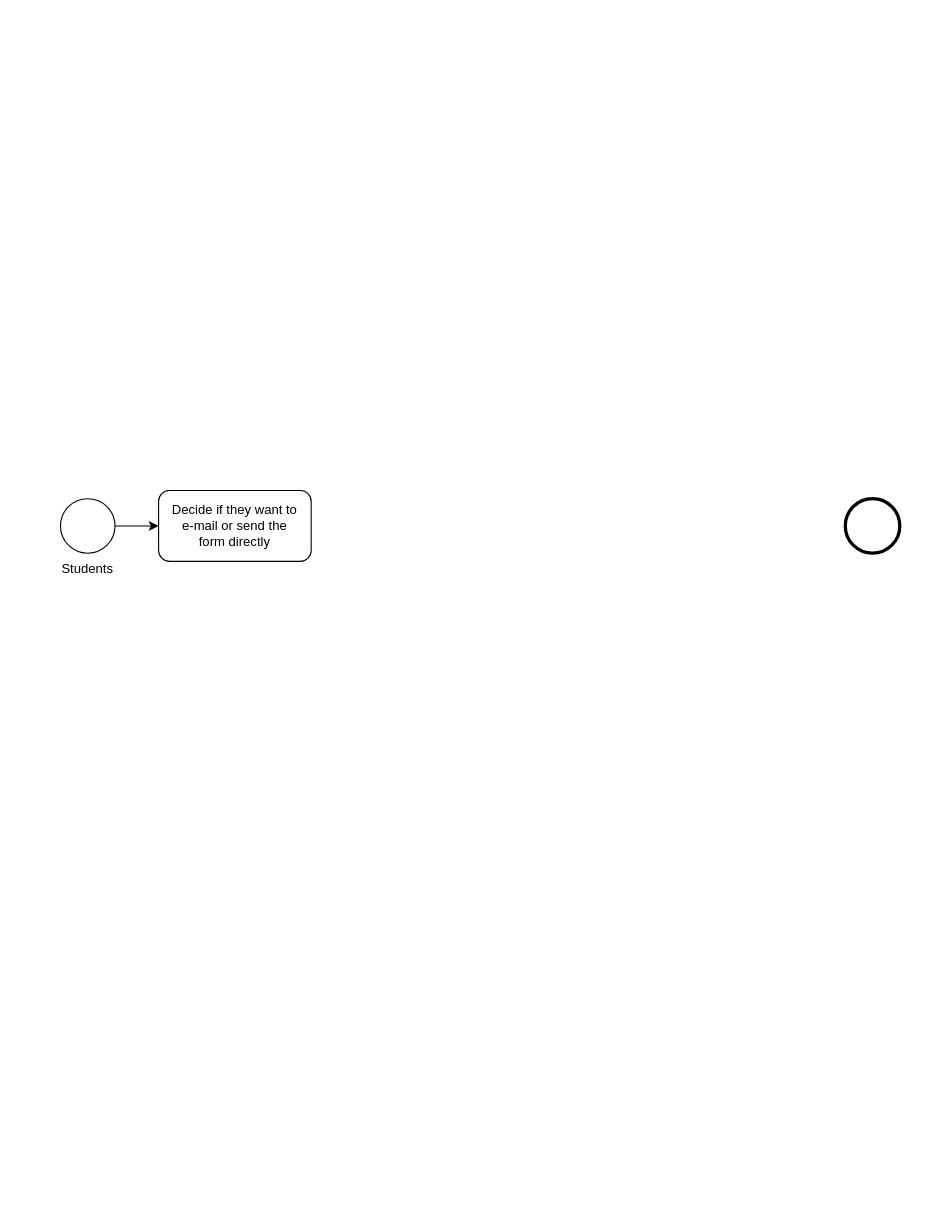
Earlier version of the draw.io diagram Untitled Diagram.drawio (gdcho/comp1712). Source tidied: cells renumbered, new cells numbered last; positions are measured from the earlier drawing's top-left corner, leaving out a move shared by most shapes. Both pictures are drawn from the tidied source at 109%, with x=0, y=0 at pixel (55, 489).
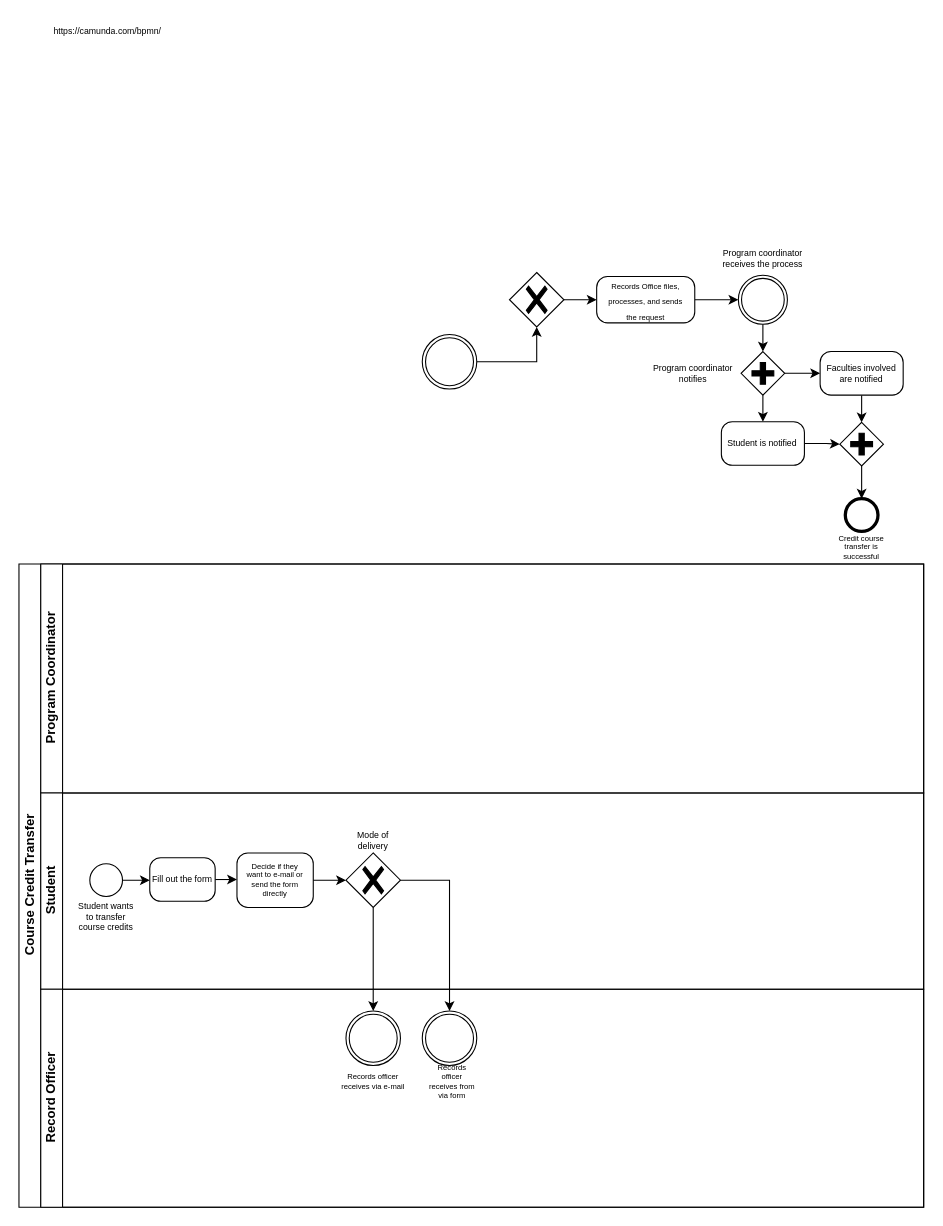
The same diagram, later.

Diff of the diagram source:
```diff
@@
-    <mxCell id="2" style="edgeStyle=orthogonalEdgeStyle;rounded=0;jettySize=auto;html=1;exitX=1;exitY=0.5;exitDx=0;exitDy=0;exitPerimeter=0;" parent="1" edge="1" source="3" target="6">
-      <mxGeometry relative="1" as="geometry" />
-    </mxCell>
+    <mxCell id="4" style="points=[[0.145,0.145,0],[0.5,0,0],[0.855,0.145,0],[1,0.5,0],[0.855,0.855,0],[0.5,1,0],[0.145,0.855,0],[0,0.5,0]];shape=mxgraph.bpmn.event;html=1;verticalLabelPosition=bottom;labelBackgroundColor=#ffffff;verticalAlign=top;align=center;perimeter=ellipsePerimeter;outlineConnect=0;outline=end;symbol=terminate2;" parent="1" vertex="1">
+      <mxGeometry x="725" y="8" width="30" height="30" as="geometry" />
+    </mxCell>
+    <mxCell id="8" style="edgeStyle=orthogonalEdgeStyle;rounded=0;jettySize=auto;html=1;entryX=0.5;entryY=1;entryDx=0;entryDy=0;entryPerimeter=0;" parent="1" edge="1" source="15" target="10">
+      <mxGeometry relative="1" as="geometry" />
+    </mxCell>
+    <mxCell id="9" style="edgeStyle=orthogonalEdgeStyle;rounded=0;jettySize=auto;html=1;fontSize=7;entryX=0;entryY=0.5;entryDx=0;entryDy=0;entryPerimeter=0;" parent="1" edge="1" source="10" target="12">
+      <mxGeometry relative="1" as="geometry" />
+    </mxCell>
+    <mxCell id="10" style="points=[[0.25,0.25,0],[0.5,0,0],[0.75,0.25,0],[1,0.5,0],[0.75,0.75,0],[0.5,1,0],[0.25,0.75,0],[0,0.5,0]];shape=mxgraph.bpmn.gateway2;html=1;verticalLabelPosition=bottom;labelBackgroundColor=#ffffff;verticalAlign=top;align=center;perimeter=rhombusPerimeter;outlineConnect=0;outline=none;symbol=none;gwType=exclusive;" parent="1" vertex="1">
+      <mxGeometry x="416.9" y="-199.5" width="50" height="50" as="geometry" />
+    </mxCell>
+    <mxCell id="11" style="edgeStyle=orthogonalEdgeStyle;rounded=0;jettySize=auto;html=1;fontSize=8;" parent="1" edge="1" source="12" target="17">
+      <mxGeometry relative="1" as="geometry" />
+    </mxCell>
+    <mxCell id="12" style="points=[[0.25,0,0],[0.5,0,0],[0.75,0,0],[1,0.25,0],[1,0.5,0],[1,0.75,0],[0.75,1,0],[0.5,1,0],[0.25,1,0],[0,0.75,0],[0,0.5,0],[0,0.25,0]];shape=mxgraph.bpmn.task;whiteSpace=wrap;rectStyle=rounded;size=10;html=1;taskMarker=abstract;" parent="1" vertex="1">
+      <mxGeometry x="496.9" y="-195.8" width="90" height="42.5" as="geometry" />
+    </mxCell>
+    <mxCell id="13" value="&lt;font style=&quot;font-size: 7px;&quot;&gt;Records Office files, processes, and sends the request&lt;/font&gt;" style="text;html=1;strokeColor=none;fillColor=none;align=center;verticalAlign=middle;whiteSpace=wrap;rounded=0;" parent="1" vertex="1">
+      <mxGeometry x="501.9" y="-187" width="80" height="25" as="geometry" />
+    </mxCell>
+    <mxCell id="14" value="Credit course transfer is successful" style="text;html=1;strokeColor=none;fillColor=none;align=center;verticalAlign=middle;whiteSpace=wrap;rounded=0;fontSize=7;" parent="1" vertex="1">
+      <mxGeometry x="710" y="38" width="60" height="30" as="geometry" />
+    </mxCell>
+    <mxCell id="15" style="points=[[0.145,0.145,0],[0.5,0,0],[0.855,0.145,0],[1,0.5,0],[0.855,0.855,0],[0.5,1,0],[0.145,0.855,0],[0,0.5,0]];shape=mxgraph.bpmn.event;html=1;verticalLabelPosition=bottom;labelBackgroundColor=#ffffff;verticalAlign=top;align=center;perimeter=ellipsePerimeter;outlineConnect=0;outline=throwing;symbol=general;fontSize=8;" parent="1" vertex="1">
+      <mxGeometry x="336.9" y="-142.6" width="50" height="50" as="geometry" />
+    </mxCell>
+    <mxCell id="16" style="edgeStyle=orthogonalEdgeStyle;rounded=0;jettySize=auto;html=1;fontSize=8;" parent="1" edge="1" source="17" target="21">
+      <mxGeometry relative="1" as="geometry" />
+    </mxCell>
+    <mxCell id="17" style="points=[[0.145,0.145,0],[0.5,0,0],[0.855,0.145,0],[1,0.5,0],[0.855,0.855,0],[0.5,1,0],[0.145,0.855,0],[0,0.5,0]];shape=mxgraph.bpmn.event;html=1;verticalLabelPosition=bottom;labelBackgroundColor=#ffffff;verticalAlign=top;align=center;perimeter=ellipsePerimeter;outlineConnect=0;outline=throwing;symbol=general;fontSize=8;" parent="1" vertex="1">
+      <mxGeometry x="626.9" y="-197" width="45" height="45" as="geometry" />
+    </mxCell>
+    <mxCell id="18" value="Program coordinator receives the process" style="text;html=1;strokeColor=none;fillColor=none;align=center;verticalAlign=middle;whiteSpace=wrap;rounded=0;fontSize=8;" parent="1" vertex="1">
+      <mxGeometry x="605.8" y="-227" width="87.2" height="30" as="geometry" />
+    </mxCell>
+    <mxCell id="19" style="edgeStyle=orthogonalEdgeStyle;rounded=0;jettySize=auto;html=1;fontSize=8;" parent="1" edge="1" source="21" target="25">
+      <mxGeometry relative="1" as="geometry" />
+    </mxCell>
+    <mxCell id="20" style="edgeStyle=orthogonalEdgeStyle;rounded=0;jettySize=auto;html=1;fontSize=8;" parent="1" edge="1" source="21" target="23">
+      <mxGeometry relative="1" as="geometry" />
+    </mxCell>
+    <mxCell id="21" style="points=[[0.25,0.25,0],[0.5,0,0],[0.75,0.25,0],[1,0.5,0],[0.75,0.75,0],[0.5,1,0],[0.25,0.75,0],[0,0.5,0]];shape=mxgraph.bpmn.gateway2;html=1;verticalLabelPosition=bottom;labelBackgroundColor=#ffffff;verticalAlign=top;align=center;perimeter=rhombusPerimeter;outlineConnect=0;outline=none;symbol=none;gwType=parallel;fontSize=8;" parent="1" vertex="1">
+      <mxGeometry x="629.4" y="-127" width="40" height="40" as="geometry" />
+    </mxCell>
+    <mxCell id="22" style="edgeStyle=orthogonalEdgeStyle;rounded=0;jettySize=auto;html=1;fontSize=8;" parent="1" edge="1" source="23" target="27">
+      <mxGeometry relative="1" as="geometry" />
+    </mxCell>
+    <mxCell id="23" value="Student is notified" style="points=[[0.25,0,0],[0.5,0,0],[0.75,0,0],[1,0.25,0],[1,0.5,0],[1,0.75,0],[0.75,1,0],[0.5,1,0],[0.25,1,0],[0,0.75,0],[0,0.5,0],[0,0.25,0]];shape=mxgraph.bpmn.task;whiteSpace=wrap;rectStyle=rounded;size=10;html=1;taskMarker=abstract;fontSize=8;" parent="1" vertex="1">
+      <mxGeometry x="611.3" y="-62.6" width="76.2" height="40" as="geometry" />
+    </mxCell>
+    <mxCell id="24" style="edgeStyle=orthogonalEdgeStyle;rounded=0;jettySize=auto;html=1;fontSize=8;" parent="1" edge="1" source="25" target="27">
+      <mxGeometry relative="1" as="geometry" />
+    </mxCell>
+    <mxCell id="25" value="Faculties involved are notified" style="points=[[0.25,0,0],[0.5,0,0],[0.75,0,0],[1,0.25,0],[1,0.5,0],[1,0.75,0],[0.75,1,0],[0.5,1,0],[0.25,1,0],[0,0.75,0],[0,0.5,0],[0,0.25,0]];shape=mxgraph.bpmn.task;whiteSpace=wrap;rectStyle=rounded;size=10;html=1;taskMarker=abstract;fontSize=8;" parent="1" vertex="1">
+      <mxGeometry x="701.9" y="-127" width="76.2" height="40" as="geometry" />
+    </mxCell>
+    <mxCell id="26" style="edgeStyle=orthogonalEdgeStyle;rounded=0;jettySize=auto;html=1;fontSize=8;" parent="1" edge="1" source="27" target="4">
+      <mxGeometry relative="1" as="geometry" />
+    </mxCell>
+    <mxCell id="27" style="points=[[0.25,0.25,0],[0.5,0,0],[0.75,0.25,0],[1,0.5,0],[0.75,0.75,0],[0.5,1,0],[0.25,0.75,0],[0,0.5,0]];shape=mxgraph.bpmn.gateway2;html=1;verticalLabelPosition=bottom;labelBackgroundColor=#ffffff;verticalAlign=top;align=center;perimeter=rhombusPerimeter;outlineConnect=0;outline=none;symbol=none;gwType=parallel;fontSize=8;" parent="1" vertex="1">
+      <mxGeometry x="720" y="-62" width="40" height="40" as="geometry" />
+    </mxCell>
+    <mxCell id="28" value="Program coordinator notifies" style="text;html=1;strokeColor=none;fillColor=none;align=center;verticalAlign=middle;whiteSpace=wrap;rounded=0;fontSize=8;" parent="1" vertex="1">
+      <mxGeometry x="542.1" y="-122" width="87.2" height="30" as="geometry" />
+    </mxCell>
+    <mxCell id="29" value="https://camunda.com/bpmn/" style="text;whiteSpace=wrap;html=1;fontSize=8;" parent="1" vertex="1">
+      <mxGeometry x="-3.1" y="-432" width="140" height="30" as="geometry" />
+    </mxCell>
+    <mxCell id="30" value="&lt;div&gt;Course Credit Transfer&lt;/div&gt;" style="swimlane;horizontal=0;startSize=20;html=1;" parent="1" vertex="1">
+      <mxGeometry x="-33.1" y="68" width="830" height="590" as="geometry" />
+    </mxCell>
+    <mxCell id="31" value="Program Coordinator" style="swimlane;startSize=20;horizontal=0;html=1;" parent="30" vertex="1">
+      <mxGeometry x="20" width="810" height="210" as="geometry" />
+    </mxCell>
+    <mxCell id="32" value="Student" style="swimlane;startSize=20;horizontal=0;html=1;" parent="30" vertex="1">
+      <mxGeometry x="20" y="210" width="810" height="180" as="geometry" />
+    </mxCell>
+    <mxCell id="33" style="edgeStyle=orthogonalEdgeStyle;rounded=0;jettySize=auto;html=1;fontSize=8;" parent="32" edge="1" source="3">
+      <mxGeometry relative="1" as="geometry">
+        <mxPoint x="100" y="80" as="targetPoint" />
+      </mxGeometry>
+    </mxCell>
-    <mxCell id="3" style="points=[[0.145,0.145,0],[0.5,0,0],[0.855,0.145,0],[1,0.5,0],[0.855,0.855,0],[0.5,1,0],[0.145,0.855,0],[0,0.5,0]];shape=mxgraph.bpmn.event;html=1;verticalLabelPosition=bottom;labelBackgroundColor=#ffffff;verticalAlign=top;align=center;perimeter=ellipsePerimeter;outlineConnect=0;outline=standard;symbol=general;" parent="1" vertex="1">
-      <mxGeometry x="5" y="8" width="50" height="50" as="geometry" />
+    <mxCell id="3" style="points=[[0.145,0.145,0],[0.5,0,0],[0.855,0.145,0],[1,0.5,0],[0.855,0.855,0],[0.5,1,0],[0.145,0.855,0],[0,0.5,0]];shape=mxgraph.bpmn.event;html=1;verticalLabelPosition=bottom;labelBackgroundColor=#ffffff;verticalAlign=top;align=center;perimeter=ellipsePerimeter;outlineConnect=0;outline=standard;symbol=general;" parent="32" vertex="1">
+      <mxGeometry x="45" y="65" width="30" height="30" as="geometry" />
     </mxCell>
-    <mxCell id="4" style="points=[[0.145,0.145,0],[0.5,0,0],[0.855,0.145,0],[1,0.5,0],[0.855,0.855,0],[0.5,1,0],[0.145,0.855,0],[0,0.5,0]];shape=mxgraph.bpmn.event;html=1;verticalLabelPosition=bottom;labelBackgroundColor=#ffffff;verticalAlign=top;align=center;perimeter=ellipsePerimeter;outlineConnect=0;outline=end;symbol=terminate2;" parent="1" vertex="1">
-      <mxGeometry x="725" y="8" width="50" height="50" as="geometry" />
-    </mxCell>
-    <mxCell id="5" value="Students" style="text;html=1;strokeColor=none;fillColor=none;align=center;verticalAlign=middle;whiteSpace=wrap;rounded=0;" parent="1" vertex="1">
-      <mxGeometry y="58" width="60" height="30" as="geometry" />
+    <mxCell id="5" value="Student wants to transfer course credits" style="text;html=1;strokeColor=none;fillColor=none;align=center;verticalAlign=middle;whiteSpace=wrap;rounded=0;fontSize=8;" parent="32" vertex="1">
+      <mxGeometry x="30" y="99.4" width="60" height="30" as="geometry" />
     </mxCell>
-    <mxCell id="6" style="points=[[0.25,0,0],[0.5,0,0],[0.75,0,0],[1,0.25,0],[1,0.5,0],[1,0.75,0],[0.75,1,0],[0.5,1,0],[0.25,1,0],[0,0.75,0],[0,0.5,0],[0,0.25,0]];shape=mxgraph.bpmn.task;whiteSpace=wrap;rectStyle=rounded;size=10;html=1;taskMarker=abstract;" parent="1" vertex="1">
-      <mxGeometry x="95" y="0.5" width="140" height="65" as="geometry" />
+    <mxCell id="6" style="points=[[0.25,0,0],[0.5,0,0],[0.75,0,0],[1,0.25,0],[1,0.5,0],[1,0.75,0],[0.75,1,0],[0.5,1,0],[0.25,1,0],[0,0.75,0],[0,0.5,0],[0,0.25,0]];shape=mxgraph.bpmn.task;whiteSpace=wrap;rectStyle=rounded;size=10;html=1;taskMarker=abstract;" parent="32" vertex="1">
+      <mxGeometry x="180" y="55" width="70" height="50" as="geometry" />
     </mxCell>
-    <mxCell id="7" value="Decide if they want to e-mail or send the form directly" style="text;html=1;strokeColor=none;fillColor=none;align=center;verticalAlign=middle;whiteSpace=wrap;rounded=0;" parent="1" vertex="1">
-      <mxGeometry x="105" y="18" width="120" height="30" as="geometry" />
+    <mxCell id="7" value="Decide if they want to e-mail or send the form directly" style="text;html=1;strokeColor=none;fillColor=none;align=center;verticalAlign=middle;whiteSpace=wrap;rounded=0;fontSize=7;" parent="32" vertex="1">
+      <mxGeometry x="185" y="65" width="60" height="30" as="geometry" />
     </mxCell>
+    <mxCell id="34" style="edgeStyle=orthogonalEdgeStyle;rounded=0;jettySize=auto;html=1;entryX=0;entryY=0.5;entryDx=0;entryDy=0;entryPerimeter=0;" parent="32" edge="1" source="35" target="6">
+      <mxGeometry relative="1" as="geometry" />
+    </mxCell>
+    <mxCell id="35" value="Fill out the form" style="points=[[0.25,0,0],[0.5,0,0],[0.75,0,0],[1,0.25,0],[1,0.5,0],[1,0.75,0],[0.75,1,0],[0.5,1,0],[0.25,1,0],[0,0.75,0],[0,0.5,0],[0,0.25,0]];shape=mxgraph.bpmn.task;whiteSpace=wrap;rectStyle=rounded;size=10;html=1;taskMarker=abstract;fontSize=8;" parent="32" vertex="1">
+      <mxGeometry x="100" y="59.4" width="60" height="40" as="geometry" />
+    </mxCell>
+    <mxCell id="36" style="points=[[0.25,0.25,0],[0.5,0,0],[0.75,0.25,0],[1,0.5,0],[0.75,0.75,0],[0.5,1,0],[0.25,0.75,0],[0,0.5,0]];shape=mxgraph.bpmn.gateway2;html=1;verticalLabelPosition=bottom;labelBackgroundColor=#ffffff;verticalAlign=top;align=center;perimeter=rhombusPerimeter;outlineConnect=0;outline=none;symbol=none;gwType=exclusive;" parent="32" vertex="1">
+      <mxGeometry x="280" y="55" width="50" height="50" as="geometry" />
+    </mxCell>
+    <mxCell id="37" style="edgeStyle=orthogonalEdgeStyle;rounded=0;jettySize=auto;html=1;" parent="32" edge="1" source="6" target="36">
+      <mxGeometry relative="1" as="geometry" />
+    </mxCell>
+    <mxCell id="38" value="Mode of delivery" style="text;html=1;strokeColor=none;fillColor=none;align=center;verticalAlign=middle;whiteSpace=wrap;rounded=0;fontSize=8;" parent="32" vertex="1">
+      <mxGeometry x="275" y="29.4" width="60" height="30" as="geometry" />
+    </mxCell>
+    <mxCell id="39" style="edgeStyle=orthogonalEdgeStyle;rounded=0;jettySize=auto;html=1;" parent="30" edge="1" source="36" target="42">
+      <mxGeometry relative="1" as="geometry" />
+    </mxCell>
+    <mxCell id="40" style="edgeStyle=orthogonalEdgeStyle;rounded=0;jettySize=auto;html=1;entryX=0.5;entryY=0;entryDx=0;entryDy=0;entryPerimeter=0;" parent="30" edge="1" source="36" target="43">
+      <mxGeometry relative="1" as="geometry" />
+    </mxCell>
+    <mxCell id="41" value="&lt;div&gt;Record Officer&lt;/div&gt;" style="swimlane;startSize=20;horizontal=0;html=1;" parent="30" vertex="1">
+      <mxGeometry x="20" y="390" width="810" height="200" as="geometry" />
+    </mxCell>
+    <mxCell id="42" style="points=[[0.145,0.145,0],[0.5,0,0],[0.855,0.145,0],[1,0.5,0],[0.855,0.855,0],[0.5,1,0],[0.145,0.855,0],[0,0.5,0]];shape=mxgraph.bpmn.event;html=1;verticalLabelPosition=bottom;labelBackgroundColor=#ffffff;verticalAlign=top;align=center;perimeter=ellipsePerimeter;outlineConnect=0;outline=throwing;symbol=general;fontSize=8;" parent="41" vertex="1">
+      <mxGeometry x="280" y="20" width="50" height="50" as="geometry" />
+    </mxCell>
+    <mxCell id="43" style="points=[[0.145,0.145,0],[0.5,0,0],[0.855,0.145,0],[1,0.5,0],[0.855,0.855,0],[0.5,1,0],[0.145,0.855,0],[0,0.5,0]];shape=mxgraph.bpmn.event;html=1;verticalLabelPosition=bottom;labelBackgroundColor=#ffffff;verticalAlign=top;align=center;perimeter=ellipsePerimeter;outlineConnect=0;outline=throwing;symbol=general;fontSize=8;" parent="41" vertex="1">
+      <mxGeometry x="350" y="20" width="50" height="50" as="geometry" />
+    </mxCell>
+    <mxCell id="44" value="Records officer receives via e-mail" style="text;html=1;strokeColor=none;fillColor=none;align=center;verticalAlign=middle;whiteSpace=wrap;rounded=0;fontSize=7;" parent="41" vertex="1">
+      <mxGeometry x="275" y="70" width="60" height="30" as="geometry" />
+    </mxCell>
+    <mxCell id="45" value="Records officer receives from via form" style="text;html=1;strokeColor=none;fillColor=none;align=center;verticalAlign=middle;whiteSpace=wrap;rounded=0;fontSize=7;" parent="41" vertex="1">
+      <mxGeometry x="355" y="70" width="45" height="30" as="geometry" />
+    </mxCell>
```
